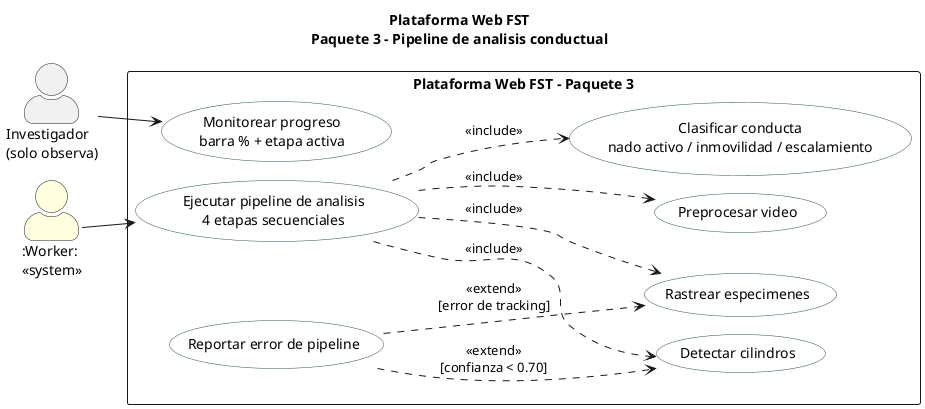
This is figures/mermaid/cu_paquete3.png from ErickJester/fst-ai-system-latex, a PlantUML export, as it was before one commit.
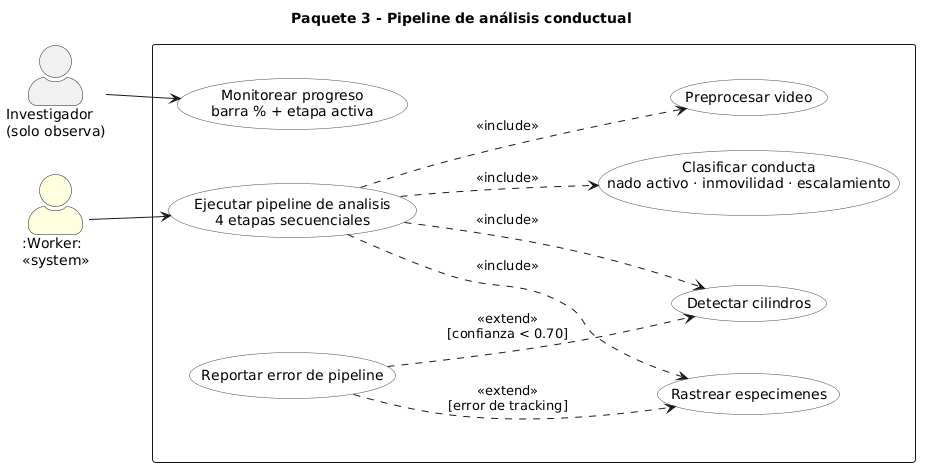
Later version of the same file.

Diff of the diagram source:
```diff
@@ -1,6 +1,6 @@
 @startuml
-!pragma layout smetana
-title Plataforma Web FST\nPaquete 3 - Pipeline de analisis conductual
+Title Paquete 3 - Pipeline de análisis conductual
+
 left to right direction
 skinparam packageStyle rectangle
 skinparam actorStyle awesome
@@ -8,23 +8,28 @@
   BackgroundColor White
   BorderColor DarkSlateGray
 }
+
 actor "Investigador\n(solo observa)" as INV
 actor ":Worker:\n<<system>>" as WRK #LightYellow
-rectangle "Plataforma Web FST - Paquete 3" {
+
+rectangle " " {
   usecase "Ejecutar pipeline de analisis\n4 etapas secuenciales" as UC30
   usecase "Preprocesar video" as UC31
   usecase "Detectar cilindros" as UC32
   usecase "Rastrear especimenes" as UC33
-  usecase "Clasificar conducta\nnado activo / inmovilidad / escalamiento" as UC34
+  usecase "Clasificar conducta\nnado activo · inmovilidad · escalamiento" as UC34
   usecase "Monitorear progreso\nbarra % + etapa activa" as UC35
   usecase "Reportar error de pipeline" as UC36
 }
+
 WRK --> UC30
 INV --> UC35
+
 UC30 ..> UC31 : <<include>>
 UC30 ..> UC32 : <<include>>
 UC30 ..> UC33 : <<include>>
 UC30 ..> UC34 : <<include>>
+
 UC36 ..> UC32 : <<extend>>\n[confianza < 0.70]
 UC36 ..> UC33 : <<extend>>\n[error de tracking]
 @enduml
```
